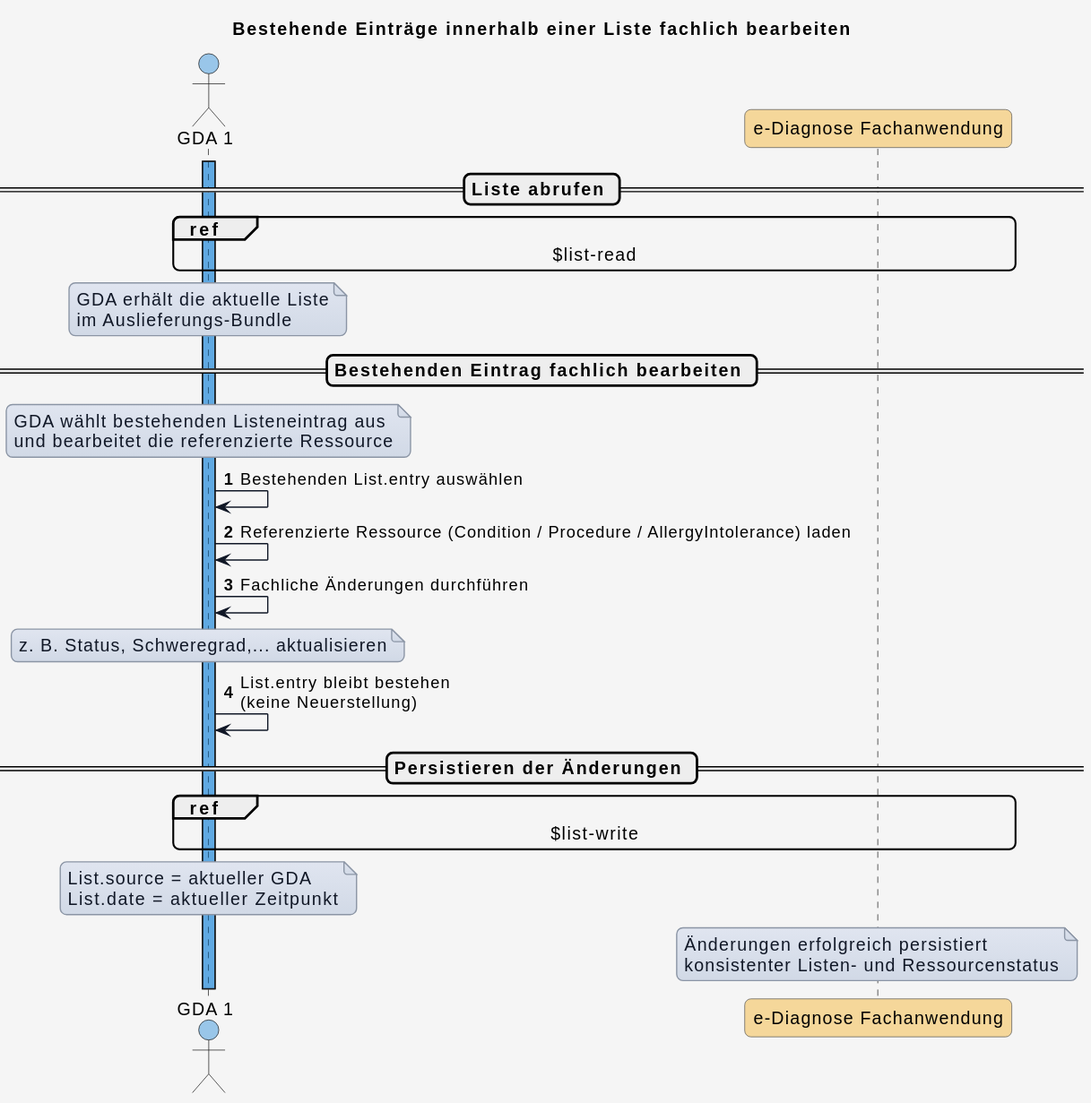
Above: input/images/plantuml/diagram_uc_06_03.svg in HL7Austria/ELGA-e-Diagnose-R4 (PlantUML), before the change.
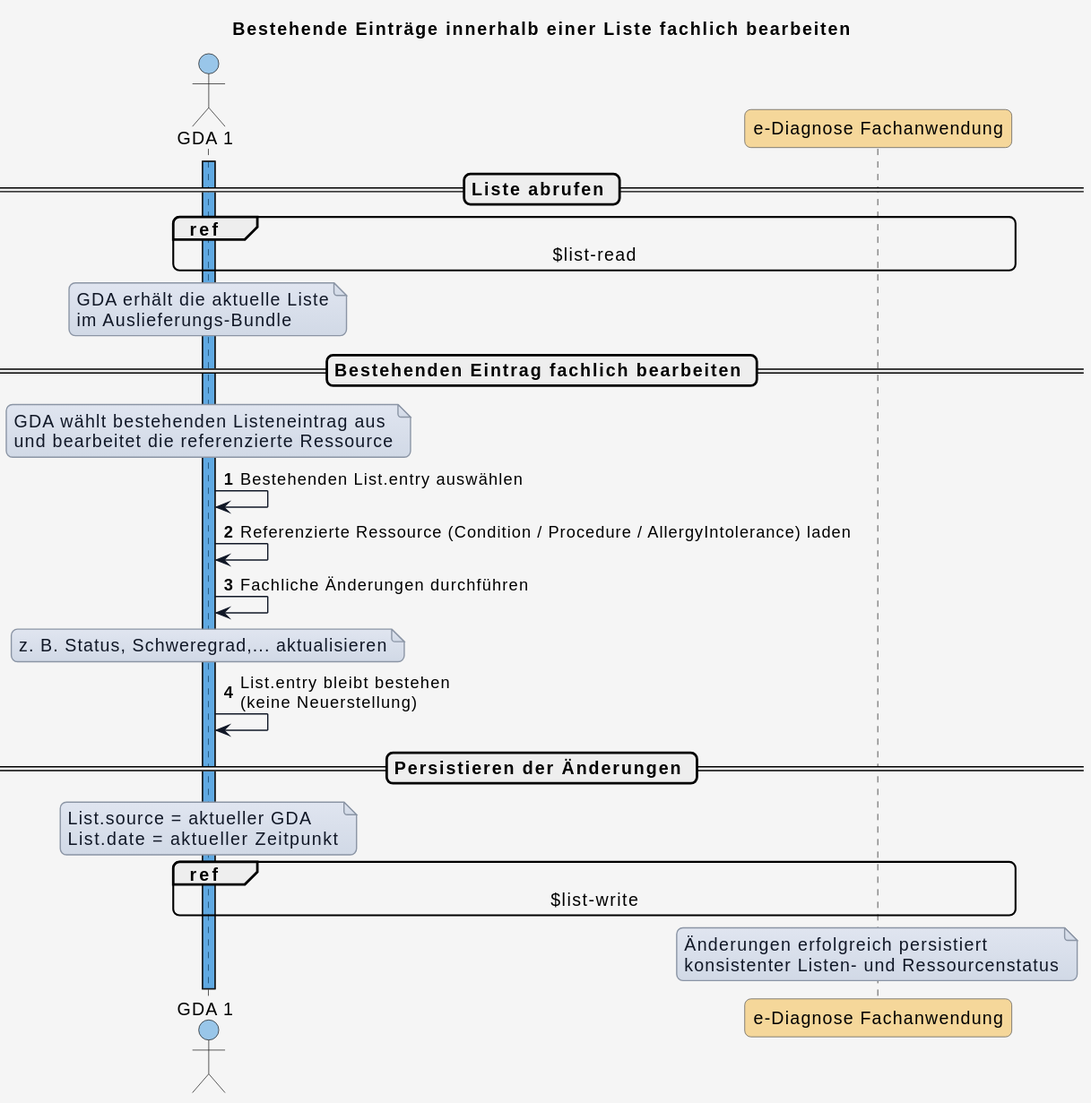
Later version of the same file.

Diff of the diagram source:
```diff
@@ -84,12 +84,12 @@
 
 == Persistieren der Änderungen ==
 
-ref over GDA_1, eDiag_FA : $list-write
-
 note over GDA_1
 List.source = aktueller GDA
 List.date = aktueller Zeitpunkt
 end note
+
+ref over GDA_1, eDiag_FA : $list-write
 
 note over eDiag_FA
 Änderungen erfolgreich persistiert
```
